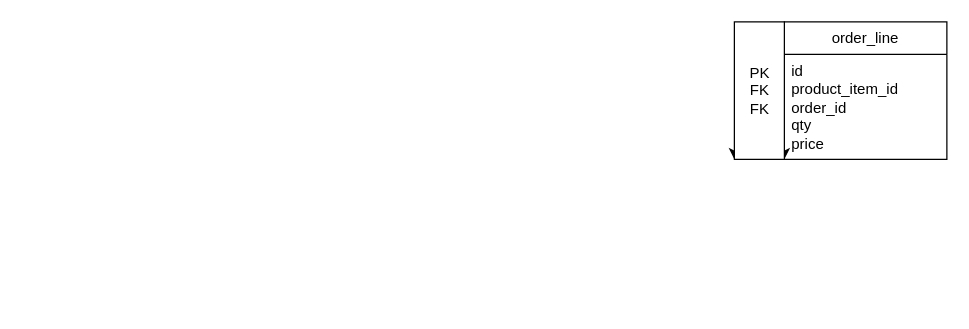
The draw.io diagram JavaNotes/Database/E-Commerce.drawio in FerdoushiNahar/Java, before the edit. Source tidied: cells renumbered, new cells numbered last; positions are measured from the earlier drawing's top-left corner, leaving out a move shared by most shapes. Both pictures are drawn from the tidied source at 125%, with x=0, y=0 at pixel (734, 21).
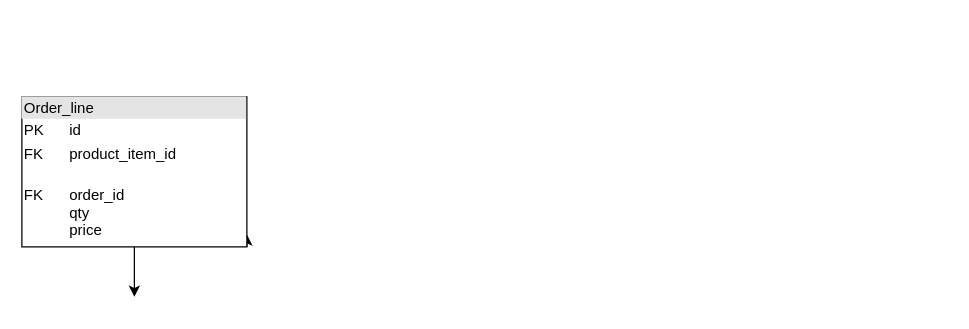
The same diagram, later.

What changed in the source:
```diff
@@
 <mxGraphModel>
   <root>
     <mxCell id="0" />
     <mxCell id="1" parent="0" />
-    <mxCell id="2" value="order_line" style="swimlane;fontStyle=0;horizontal=1;startSize=26;fillColor=none;whiteSpace=wrap;html=1;" parent="1" vertex="1">
-      <mxGeometry x="40" width="130" height="110" as="geometry" />
-    </mxCell>
-    <mxCell id="3" value="id&lt;div&gt;product_item_id&lt;/div&gt;&lt;div&gt;order_id&lt;/div&gt;&lt;div&gt;qty&lt;/div&gt;&lt;div&gt;price&lt;/div&gt;" style="text;strokeColor=none;fillColor=none;align=left;verticalAlign=top;spacingLeft=4;spacingRight=4;overflow=hidden;whiteSpace=wrap;html=1;" parent="2" vertex="1">
-      <mxGeometry y="26" width="130" height="84" as="geometry" />
-    </mxCell>
-    <mxCell id="4" style="edgeStyle=orthogonalEdgeStyle;rounded=0;jettySize=auto;html=1;curved=0;exitX=0;exitY=1;exitDx=0;exitDy=-5;exitPerimeter=0;" parent="1" edge="1" source="6">
-      <mxGeometry relative="1" as="geometry">
-        <mxPoint y="110" as="targetPoint" />
-      </mxGeometry>
-    </mxCell>
-    <mxCell id="5" style="edgeStyle=orthogonalEdgeStyle;rounded=0;jettySize=auto;html=1;curved=0;exitX=1;exitY=1;exitDx=0;exitDy=-5;exitPerimeter=0;" parent="1" edge="1" source="6">
-      <mxGeometry relative="1" as="geometry">
-        <mxPoint x="40" y="110" as="targetPoint" />
-      </mxGeometry>
-    </mxCell>
-    <mxCell id="6" value="PK&lt;div&gt;FK&lt;/div&gt;&lt;div&gt;FK&lt;/div&gt;" style="html=1;points=[[0,0,0,0,5],[0,1,0,0,-5],[1,0,0,0,5],[1,1,0,0,-5]];perimeter=orthogonalPerimeter;outlineConnect=0;targetShapes=umlLifeline;portConstraint=eastwest;newEdgeStyle={&quot;curved&quot;:0,&quot;rounded&quot;:0};" parent="1" vertex="1">
-      <mxGeometry width="40" height="110" as="geometry" />
-    </mxCell>
+    <mxCell id="7" style="edgeStyle=orthogonalEdgeStyle;rounded=0;orthogonalLoop=1;jettySize=auto;html=1;" parent="1" edge="1">
+      <mxGeometry relative="1" as="geometry">
+        <mxPoint x="-480" y="170" as="sourcePoint" />
+        <mxPoint x="-480" y="220" as="targetPoint" />
+      </mxGeometry>
+    </mxCell>
+    <mxCell id="8" style="edgeStyle=orthogonalEdgeStyle;rounded=0;jettySize=auto;html=1;exitX=0.5;exitY=1;exitDx=0;exitDy=0;" parent="1" edge="1" source="10">
+      <mxGeometry relative="1" as="geometry">
+        <mxPoint x="-480" y="160" as="targetPoint" />
+      </mxGeometry>
+    </mxCell>
+    <mxCell id="9" style="edgeStyle=orthogonalEdgeStyle;rounded=0;jettySize=auto;html=1;exitX=1;exitY=1;exitDx=0;exitDy=0;" parent="1" edge="1" source="10">
+      <mxGeometry relative="1" as="geometry">
+        <mxPoint x="-390" y="170" as="targetPoint" />
+      </mxGeometry>
+    </mxCell>
+    <mxCell id="10" value="&lt;div style=&quot;box-sizing:border-box;width:100%;background:#e4e4e4;padding:2px;&quot;&gt;Order_line&lt;/div&gt;&lt;table style=&quot;width:100%;font-size:1em;&quot; cellpadding=&quot;2&quot; cellspacing=&quot;0&quot;&gt;&lt;tbody&gt;&lt;tr&gt;&lt;td&gt;PK&lt;/td&gt;&lt;td&gt;id&lt;br&gt;&lt;/td&gt;&lt;/tr&gt;&lt;tr&gt;&lt;td&gt;FK&amp;nbsp;&lt;br&gt;&lt;/td&gt;&lt;td&gt;product_item_id&lt;br&gt;&lt;/td&gt;&lt;/tr&gt;&lt;tr&gt;&lt;td&gt;&lt;br&gt;FK&lt;br&gt;&lt;br&gt;&lt;br&gt;&lt;br&gt;&lt;/td&gt;&lt;td&gt;order_id&lt;br&gt;qty&lt;br&gt;price&lt;/td&gt;&lt;/tr&gt;&lt;/tbody&gt;&lt;/table&gt;" style="verticalAlign=top;align=left;overflow=fill;html=1;whiteSpace=wrap;" parent="1" vertex="1">
+      <mxGeometry x="-570" y="60" width="180" height="120" as="geometry" />
+    </mxCell>
   </root>
 </mxGraphModel>
```
